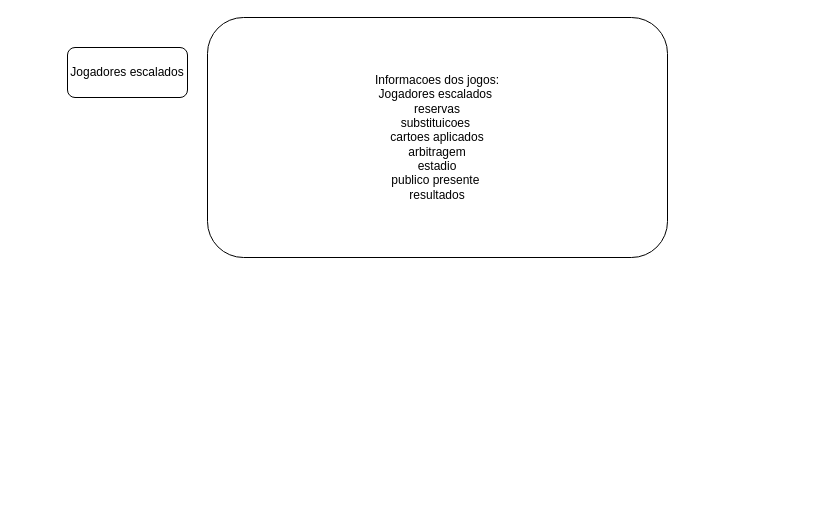
Earlier version of the draw.io diagram fifaGames.drawio (marinasauer/dev_sis_senai). Source tidied: cells renumbered, new cells numbered last; positions are measured from the earlier drawing's top-left corner, leaving out a move shared by most shapes. Both pictures are drawn from the tidied source at 100%, with x=0, y=0 at pixel (67, 17).
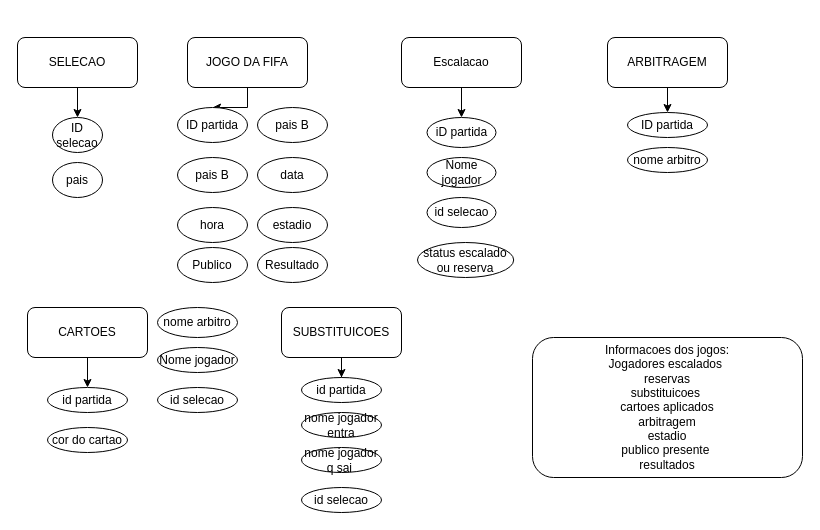
After the change.

What changed in the source:
```diff
@@
+    <mxCell id="4" style="edgeStyle=orthogonalEdgeStyle;rounded=0;jettySize=auto;html=1;" parent="1" edge="1" source="2" target="5">
+      <mxGeometry relative="1" as="geometry" />
+    </mxCell>
-    <mxCell id="2" value="Jogadores escalados" style="rounded=1;whiteSpace=wrap;html=1;" parent="1" vertex="1">
-      <mxGeometry y="30" width="120" height="50" as="geometry" />
+    <mxCell id="2" value="JOGO DA FIFA" style="rounded=1;whiteSpace=wrap;html=1;" parent="1" vertex="1">
+      <mxGeometry x="120" y="20" width="120" height="50" as="geometry" />
     </mxCell>
     <mxCell id="3" value="Informacoes dos jogos:&lt;br&gt;Jogadores escalados&amp;nbsp;&lt;br&gt;reservas&lt;br&gt;substituicoes&amp;nbsp;&lt;br&gt;cartoes aplicados&lt;br&gt;arbitragem&lt;br&gt;estadio&lt;br&gt;publico presente&amp;nbsp;&lt;br&gt;resultados" style="rounded=1;whiteSpace=wrap;html=1;" parent="1" vertex="1">
-      <mxGeometry x="140" width="460" height="240" as="geometry" />
+      <mxGeometry x="465" y="320" width="270" height="140" as="geometry" />
     </mxCell>
+    <mxCell id="5" value="ID partida" style="ellipse;whiteSpace=wrap;html=1;rounded=1;" parent="1" vertex="1">
+      <mxGeometry x="110" y="90" width="70" height="35" as="geometry" />
+    </mxCell>
+    <mxCell id="6" value="pais B" style="ellipse;whiteSpace=wrap;html=1;rounded=1;" parent="1" vertex="1">
+      <mxGeometry x="190" y="90" width="70" height="35" as="geometry" />
+    </mxCell>
+    <mxCell id="7" style="edgeStyle=orthogonalEdgeStyle;rounded=0;jettySize=auto;html=1;" parent="1" edge="1" source="8" target="17">
+      <mxGeometry relative="1" as="geometry" />
+    </mxCell>
+    <mxCell id="8" value="Escalacao" style="rounded=1;whiteSpace=wrap;html=1;" parent="1" vertex="1">
+      <mxGeometry x="334" y="20" width="120" height="50" as="geometry" />
+    </mxCell>
+    <mxCell id="9" style="edgeStyle=orthogonalEdgeStyle;rounded=0;jettySize=auto;html=1;" parent="1" edge="1" source="10" target="25">
+      <mxGeometry relative="1" as="geometry" />
+    </mxCell>
+    <mxCell id="10" value="ARBITRAGEM" style="rounded=1;whiteSpace=wrap;html=1;" parent="1" vertex="1">
+      <mxGeometry x="540" y="20" width="120" height="50" as="geometry" />
+    </mxCell>
+    <mxCell id="11" value="pais B" style="ellipse;whiteSpace=wrap;html=1;rounded=1;" parent="1" vertex="1">
+      <mxGeometry x="110" y="140" width="70" height="35" as="geometry" />
+    </mxCell>
+    <mxCell id="12" value="data" style="ellipse;whiteSpace=wrap;html=1;rounded=1;" parent="1" vertex="1">
+      <mxGeometry x="190" y="140" width="70" height="35" as="geometry" />
+    </mxCell>
+    <mxCell id="13" value="hora" style="ellipse;whiteSpace=wrap;html=1;rounded=1;" parent="1" vertex="1">
+      <mxGeometry x="110" y="190" width="70" height="35" as="geometry" />
+    </mxCell>
+    <mxCell id="14" value="estadio" style="ellipse;whiteSpace=wrap;html=1;rounded=1;" parent="1" vertex="1">
+      <mxGeometry x="190" y="190" width="70" height="35" as="geometry" />
+    </mxCell>
+    <mxCell id="15" value="Publico" style="ellipse;whiteSpace=wrap;html=1;rounded=1;" parent="1" vertex="1">
+      <mxGeometry x="110" y="230" width="70" height="35" as="geometry" />
+    </mxCell>
+    <mxCell id="16" value="Resultado" style="ellipse;whiteSpace=wrap;html=1;rounded=1;" parent="1" vertex="1">
+      <mxGeometry x="190" y="230" width="70" height="35" as="geometry" />
+    </mxCell>
+    <mxCell id="17" value="iD partida" style="ellipse;whiteSpace=wrap;html=1;rounded=1;" parent="1" vertex="1">
+      <mxGeometry x="359.5" y="100" width="69" height="30" as="geometry" />
+    </mxCell>
+    <mxCell id="18" value="Nome jogador" style="ellipse;whiteSpace=wrap;html=1;rounded=1;" parent="1" vertex="1">
+      <mxGeometry x="359.5" y="140" width="69" height="30" as="geometry" />
+    </mxCell>
+    <mxCell id="19" value="id selecao" style="ellipse;whiteSpace=wrap;html=1;rounded=1;" parent="1" vertex="1">
+      <mxGeometry x="359.5" y="180" width="69" height="30" as="geometry" />
+    </mxCell>
+    <mxCell id="20" value="status escalado ou reserva" style="ellipse;whiteSpace=wrap;html=1;rounded=1;" parent="1" vertex="1">
+      <mxGeometry x="350" y="225" width="96.2" height="35" as="geometry" />
+    </mxCell>
+    <mxCell id="21" style="edgeStyle=orthogonalEdgeStyle;rounded=0;jettySize=auto;html=1;" parent="1" edge="1" source="22" target="23">
+      <mxGeometry relative="1" as="geometry" />
+    </mxCell>
+    <mxCell id="22" value="SELECAO" style="rounded=1;whiteSpace=wrap;html=1;" parent="1" vertex="1">
+      <mxGeometry x="-50" y="20" width="120" height="50" as="geometry" />
+    </mxCell>
+    <mxCell id="23" value="ID selecao" style="ellipse;whiteSpace=wrap;html=1;rounded=1;" parent="1" vertex="1">
+      <mxGeometry x="-15" y="100" width="50" height="35" as="geometry" />
+    </mxCell>
+    <mxCell id="24" value="pais" style="ellipse;whiteSpace=wrap;html=1;rounded=1;" parent="1" vertex="1">
+      <mxGeometry x="-15" y="145" width="50" height="35" as="geometry" />
+    </mxCell>
+    <mxCell id="25" value="ID partida" style="ellipse;whiteSpace=wrap;html=1;rounded=1;" parent="1" vertex="1">
+      <mxGeometry x="560" y="95" width="80" height="25" as="geometry" />
+    </mxCell>
+    <mxCell id="26" value="nome arbitro" style="ellipse;whiteSpace=wrap;html=1;rounded=1;" parent="1" vertex="1">
+      <mxGeometry x="560" y="130" width="80" height="25" as="geometry" />
+    </mxCell>
+    <mxCell id="27" style="edgeStyle=orthogonalEdgeStyle;rounded=0;jettySize=auto;html=1;" parent="1" edge="1" source="28" target="29">
+      <mxGeometry relative="1" as="geometry" />
+    </mxCell>
+    <mxCell id="28" value="CARTOES" style="rounded=1;whiteSpace=wrap;html=1;" parent="1" vertex="1">
+      <mxGeometry x="-40" y="290" width="120" height="50" as="geometry" />
+    </mxCell>
+    <mxCell id="29" value="id partida" style="ellipse;whiteSpace=wrap;html=1;rounded=1;" parent="1" vertex="1">
+      <mxGeometry x="-20" y="370" width="80" height="25" as="geometry" />
+    </mxCell>
+    <mxCell id="30" value="cor do cartao" style="ellipse;whiteSpace=wrap;html=1;rounded=1;" parent="1" vertex="1">
+      <mxGeometry x="-20" y="410" width="80" height="25" as="geometry" />
+    </mxCell>
+    <mxCell id="31" value="Nome jogador" style="ellipse;whiteSpace=wrap;html=1;rounded=1;" parent="1" vertex="1">
+      <mxGeometry x="90" y="330" width="80" height="25" as="geometry" />
+    </mxCell>
+    <mxCell id="32" value="id selecao" style="ellipse;whiteSpace=wrap;html=1;rounded=1;" parent="1" vertex="1">
+      <mxGeometry x="90" y="370" width="80" height="25" as="geometry" />
+    </mxCell>
+    <mxCell id="33" value="nome arbitro" style="ellipse;whiteSpace=wrap;html=1;rounded=1;" parent="1" vertex="1">
+      <mxGeometry x="90" y="290" width="80" height="30" as="geometry" />
+    </mxCell>
+    <mxCell id="34" style="edgeStyle=orthogonalEdgeStyle;rounded=0;jettySize=auto;html=1;" parent="1" edge="1" source="35" target="36">
+      <mxGeometry relative="1" as="geometry" />
+    </mxCell>
+    <mxCell id="35" value="SUBSTITUICOES" style="rounded=1;whiteSpace=wrap;html=1;" parent="1" vertex="1">
+      <mxGeometry x="214" y="290" width="120" height="50" as="geometry" />
+    </mxCell>
+    <mxCell id="36" value="id partida" style="ellipse;whiteSpace=wrap;html=1;rounded=1;" parent="1" vertex="1">
+      <mxGeometry x="234" y="360" width="80" height="25" as="geometry" />
+    </mxCell>
+    <mxCell id="37" value="nome jogador entra" style="ellipse;whiteSpace=wrap;html=1;rounded=1;" parent="1" vertex="1">
+      <mxGeometry x="234" y="395" width="80" height="25" as="geometry" />
+    </mxCell>
+    <mxCell id="38" value="nome jogador q sai&amp;nbsp;" style="ellipse;whiteSpace=wrap;html=1;rounded=1;" parent="1" vertex="1">
+      <mxGeometry x="234" y="430" width="80" height="25" as="geometry" />
+    </mxCell>
+    <mxCell id="39" value="id selecao" style="ellipse;whiteSpace=wrap;html=1;rounded=1;" parent="1" vertex="1">
+      <mxGeometry x="234" y="470" width="80" height="25" as="geometry" />
+    </mxCell>
```
